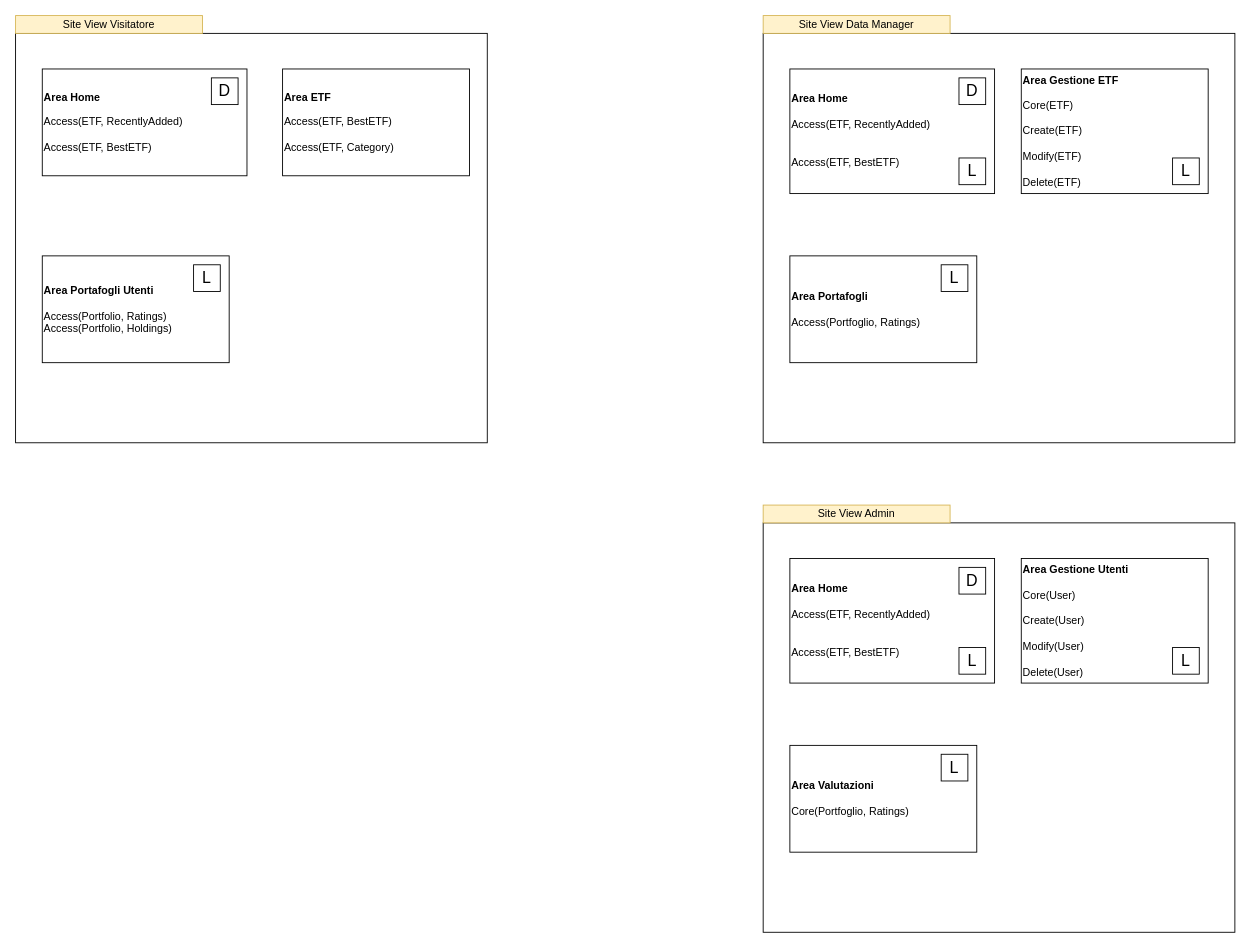
The draw.io diagram page "Coarse" (3 of 3) of user_use_case.drawio in mattiapitossi/sebd, before the edit. Source tidied: cells renumbered, new cells numbered last; positions are measured from the earlier drawing's top-left corner, leaving out a move shared by most shapes. Both pictures are drawn from the tidied source at 89%, with x=0, y=0 at pixel (15, 15).
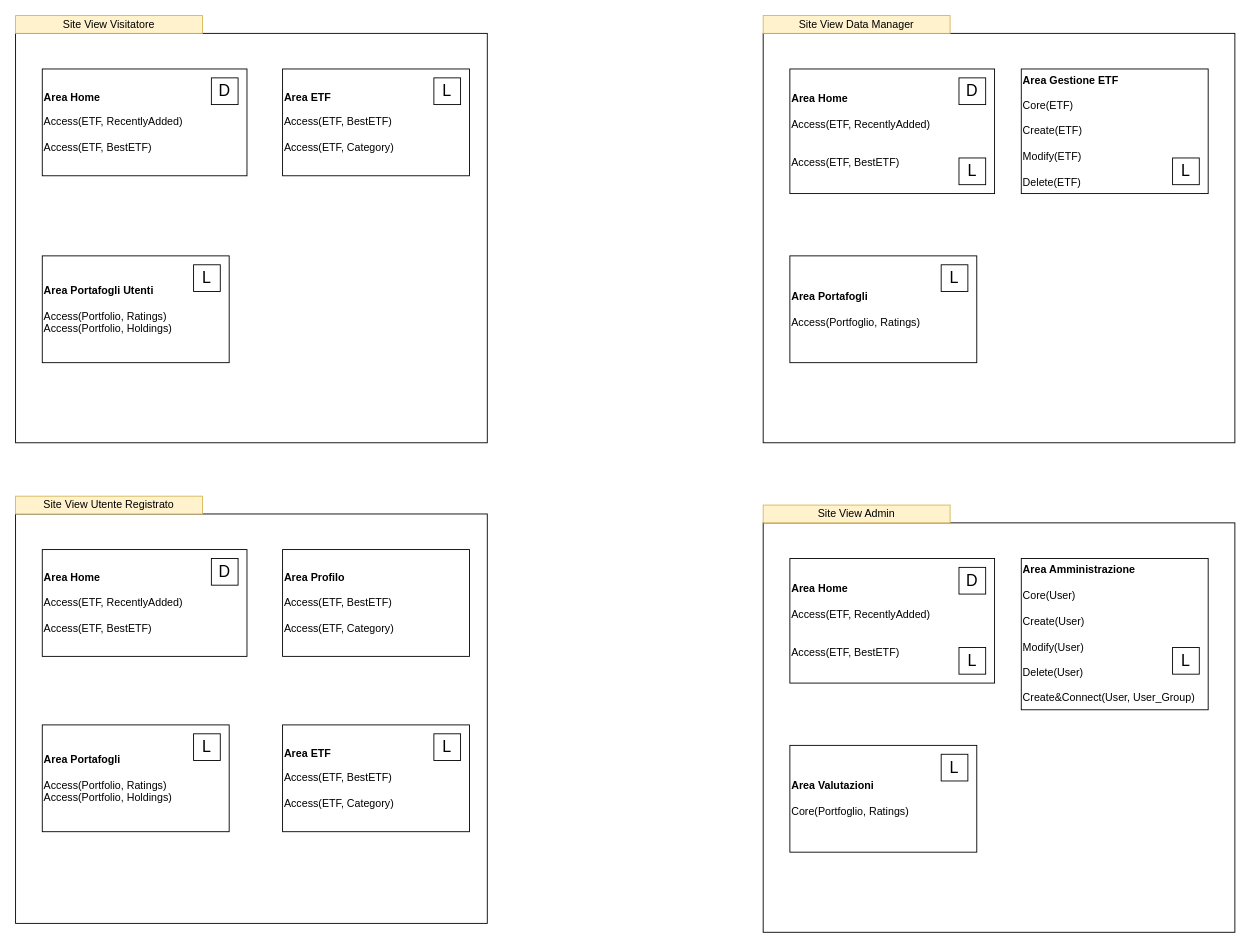
The same page after the edit.

Diff of the diagram source:
```diff
@@
-    <mxCell id="21" value="&lt;b&gt;Area Gestione Utenti&lt;br&gt;&lt;/b&gt;&lt;br&gt;Core(User)&lt;br&gt;&lt;br&gt;Create(User)&lt;br&gt;&lt;br&gt;Modify(User)&lt;br&gt;&lt;br&gt;Delete(User)" style="rounded=0;whiteSpace=wrap;html=1;align=left;" parent="1" vertex="1">
-      <mxGeometry x="1130" y="610" width="210" height="140" as="geometry" />
+    <mxCell id="21" value="&lt;b&gt;Area Amministrazione&lt;br&gt;&lt;/b&gt;&lt;br&gt;Core(User)&lt;br&gt;&lt;br&gt;Create(User)&lt;br&gt;&lt;br&gt;Modify(User)&lt;br&gt;&lt;br&gt;Delete(User)&lt;br&gt;&lt;br&gt;Create&amp;amp;Connect(User, User_Group)" style="rounded=0;whiteSpace=wrap;html=1;align=left;" parent="1" vertex="1">
+      <mxGeometry x="1130" y="610" width="210" height="170" as="geometry" />
     </mxCell>
@@
+    <mxCell id="27" style="rounded=0;whiteSpace=wrap;html=1;" parent="1" vertex="1">
+      <mxGeometry y="560" width="530" height="460" as="geometry" />
+    </mxCell>
+    <mxCell id="28" value="&lt;b&gt;Area Home&lt;br&gt;&lt;/b&gt;&lt;br&gt;Access(ETF, RecentlyAdded)&lt;br&gt;&lt;br&gt;Access(ETF, BestETF)" style="rounded=0;whiteSpace=wrap;html=1;align=left;" parent="1" vertex="1">
+      <mxGeometry x="30" y="600" width="230" height="120" as="geometry" />
+    </mxCell>
+    <mxCell id="29" value="Site View Utente Registrato" style="rounded=0;whiteSpace=wrap;html=1;fillColor=#fff2cc;strokeColor=#d6b656;" parent="1" vertex="1">
+      <mxGeometry y="540" width="210" height="20" as="geometry" />
+    </mxCell>
+    <mxCell id="30" value="&lt;b&gt;Area Profilo&lt;br&gt;&lt;/b&gt;&lt;br&gt;Access(ETF, BestETF)&lt;br&gt;&lt;br&gt;Access(ETF, Category)" style="rounded=0;whiteSpace=wrap;html=1;align=left;" parent="1" vertex="1">
+      <mxGeometry x="300" y="600" width="210" height="120" as="geometry" />
+    </mxCell>
+    <mxCell id="31" value="&lt;b&gt;Area Portafogli&lt;br&gt;&lt;/b&gt;&lt;br&gt;Access(Portfolio, Ratings)&lt;br&gt;Access(Portfolio, Holdings)" style="rounded=0;whiteSpace=wrap;html=1;align=left;" parent="1" vertex="1">
+      <mxGeometry x="30" y="797" width="210" height="120" as="geometry" />
+    </mxCell>
+    <mxCell id="32" value="&lt;font style=&quot;font-size: 18px;&quot;&gt;D&lt;/font&gt;" style="whiteSpace=wrap;html=1;" parent="1" vertex="1">
+      <mxGeometry x="220" y="610" width="30" height="30" as="geometry" />
+    </mxCell>
+    <mxCell id="33" value="&lt;font style=&quot;font-size: 18px;&quot;&gt;L&lt;/font&gt;" style="whiteSpace=wrap;html=1;" parent="1" vertex="1">
+      <mxGeometry x="200" y="807" width="30" height="30" as="geometry" />
+    </mxCell>
+    <mxCell id="34" value="&lt;font style=&quot;font-size: 18px;&quot;&gt;L&lt;/font&gt;" style="whiteSpace=wrap;html=1;" parent="1" vertex="1">
+      <mxGeometry x="470" y="70" width="30" height="30" as="geometry" />
+    </mxCell>
+    <mxCell id="35" value="&lt;b&gt;Area ETF&lt;br&gt;&lt;/b&gt;&lt;br&gt;Access(ETF, BestETF)&lt;br&gt;&lt;br&gt;Access(ETF, Category)" style="rounded=0;whiteSpace=wrap;html=1;align=left;" parent="1" vertex="1">
+      <mxGeometry x="300" y="797" width="210" height="120" as="geometry" />
+    </mxCell>
+    <mxCell id="36" value="&lt;font style=&quot;font-size: 18px;&quot;&gt;L&lt;/font&gt;" style="whiteSpace=wrap;html=1;" parent="1" vertex="1">
+      <mxGeometry x="470" y="807" width="30" height="30" as="geometry" />
+    </mxCell>
```
